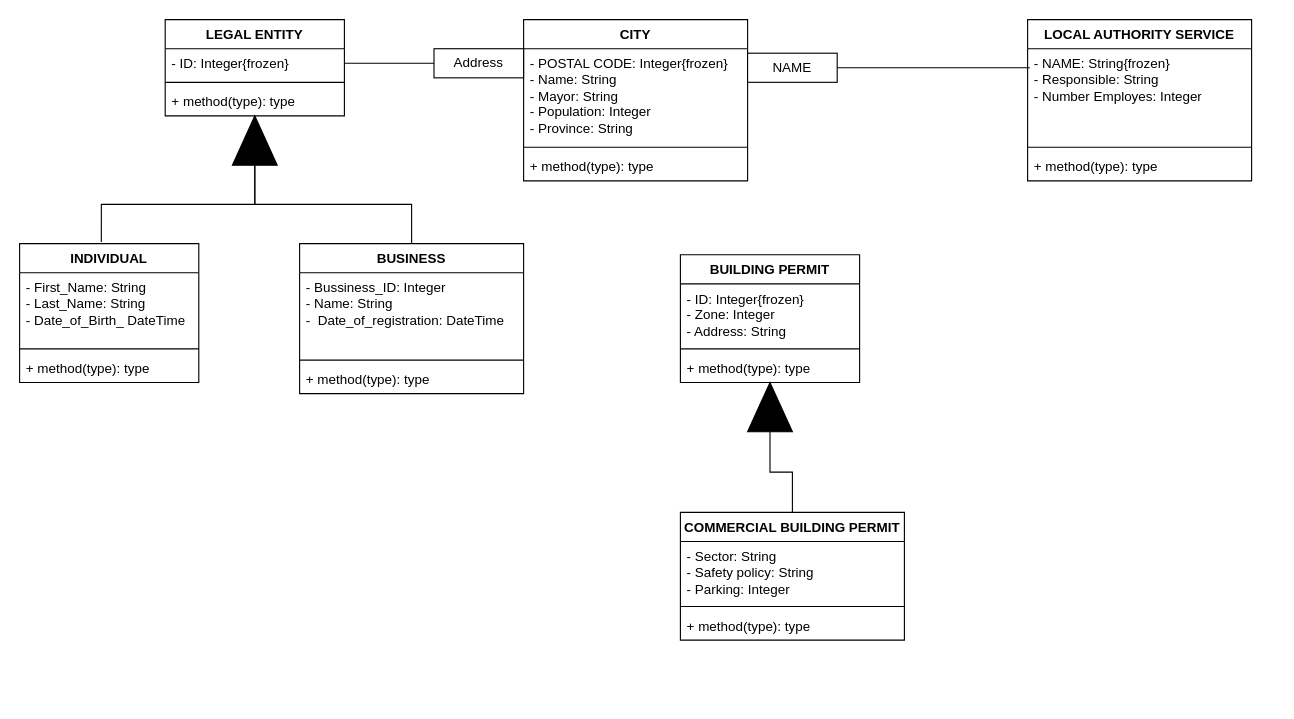
The draw.io diagram question2.drawio in fragolaTJ/TTtrak, before the edit. Source tidied: cells renumbered, new cells numbered last; positions are measured from the earlier drawing's top-left corner, leaving out a move shared by most shapes. Both pictures are drawn from the tidied source at 112%, with x=0, y=0 at pixel (19, 19).
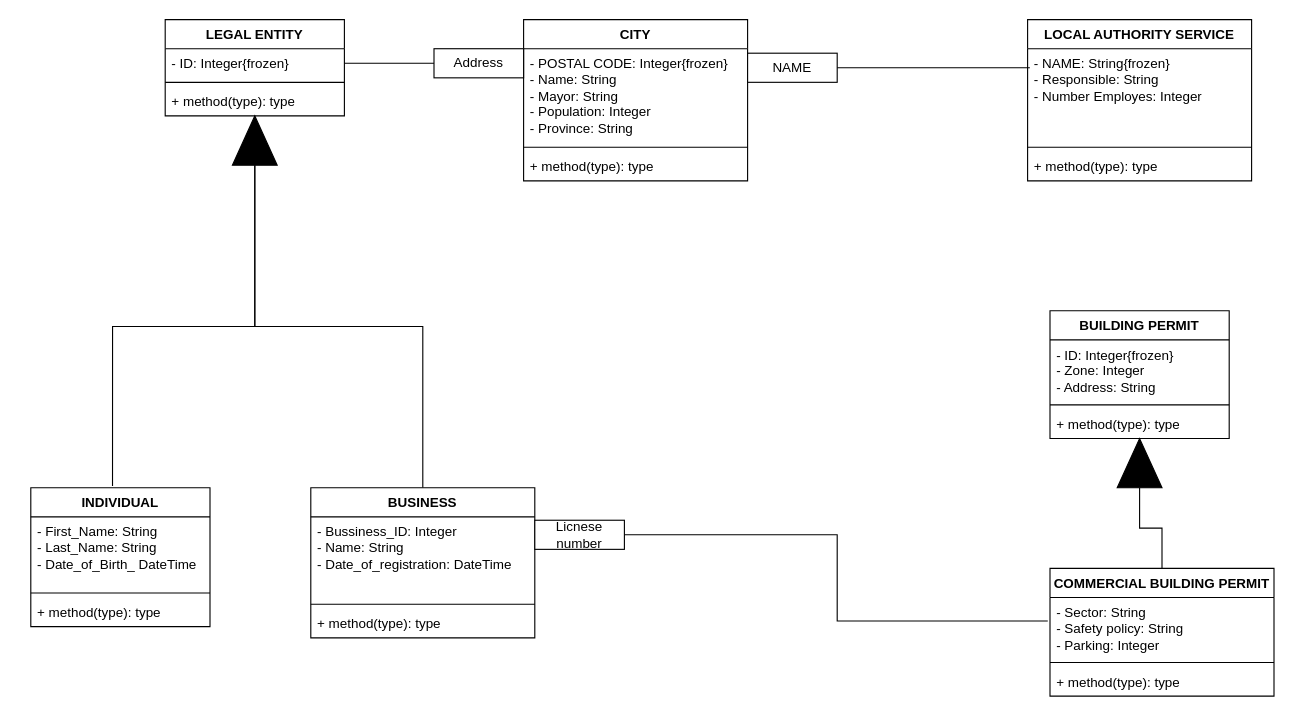
Above is the later version.

Unchanged cells that the change refers to:
```xml
<mxCell id="26" value="&lt;div&gt;- Sector: String&lt;/div&gt;&lt;div&gt;- Safety policy: String&lt;/div&gt;&lt;div&gt;- Parking: Integer&lt;br&gt;&lt;/div&gt;" style="text;strokeColor=none;fillColor=none;align=left;verticalAlign=top;spacingLeft=4;spacingRight=4;overflow=hidden;points=[[0,0.5],[1,0.5]];portConstraint=eastwest;whiteSpace=wrap;html=1;" parent="25" vertex="1">
  <mxGeometry y="26" width="200" height="54" as="geometry" />
</mxCell>
```

Change to the diagram source:
```diff
@@
     <mxCell id="12" value="INDIVIDUAL" style="swimlane;fontStyle=1;align=center;verticalAlign=top;horizontal=1;startSize=26;whiteSpace=wrap;html=1;" parent="1" vertex="1">
-      <mxGeometry y="200" width="160" height="124" as="geometry" />
+      <mxGeometry x="10" y="418" width="160" height="124" as="geometry" />
     </mxCell>
@@
     <mxCell id="16" value="BUSINESS" style="swimlane;fontStyle=1;align=center;verticalAlign=top;horizontal=1;startSize=26;whiteSpace=wrap;html=1;" parent="1" vertex="1">
-      <mxGeometry x="250" y="200" width="200" height="134" as="geometry" />
+      <mxGeometry x="260" y="418" width="200" height="134" as="geometry" />
     </mxCell>
-    <mxCell id="17" value="&lt;div&gt;- Bussiness_ID: Integer&lt;br&gt;&lt;/div&gt;&lt;div&gt;- Name: String&lt;/div&gt;&lt;div&gt;-&amp;nbsp; Date_of_registration: DateTime&lt;br&gt;&lt;/div&gt;" style="text;strokeColor=none;fillColor=none;align=left;verticalAlign=top;spacingLeft=4;spacingRight=4;overflow=hidden;whiteSpace=wrap;html=1;" parent="16" vertex="1">
+    <mxCell id="17" value="&lt;div&gt;- Bussiness_ID: Integer&lt;br&gt;&lt;/div&gt;&lt;div&gt;- Name: String&lt;/div&gt;&lt;div&gt;- Date_of_registration: DateTime&lt;br&gt;&lt;/div&gt;" style="text;strokeColor=none;fillColor=none;align=left;verticalAlign=top;spacingLeft=4;spacingRight=4;overflow=hidden;whiteSpace=wrap;html=1;" parent="16" vertex="1">
       <mxGeometry y="26" width="200" height="74" as="geometry" />
     </mxCell>
@@
     <mxCell id="21" value="BUILDING PERMIT" style="swimlane;fontStyle=1;align=center;verticalAlign=top;horizontal=1;startSize=26;whiteSpace=wrap;html=1;" parent="1" vertex="1">
-      <mxGeometry x="590" y="210" width="160" height="114" as="geometry" />
+      <mxGeometry x="920" y="260" width="160" height="114" as="geometry" />
     </mxCell>
@@
     <mxCell id="25" value="COMMERCIAL BUILDING PERMIT" style="swimlane;fontStyle=1;align=center;verticalAlign=top;horizontal=1;startSize=26;whiteSpace=wrap;html=1;" parent="1" vertex="1">
-      <mxGeometry x="590" y="440" width="200" height="114" as="geometry" />
+      <mxGeometry x="920" y="490" width="200" height="114" as="geometry" />
     </mxCell>
@@
     <mxCell id="30" style="triangle;whiteSpace=wrap;html=1;direction=north;fillColor=#000000;" parent="1" vertex="1">
-      <mxGeometry x="650" y="324" width="40" height="44" as="geometry" />
+      <mxGeometry x="980" y="374" width="40" height="44" as="geometry" />
     </mxCell>
@@
+    <mxCell id="39" value="Licnese number" style="rounded=0;whiteSpace=wrap;html=1;" parent="1" vertex="1">
+      <mxGeometry x="460" y="447" width="80" height="26" as="geometry" />
+    </mxCell>
+    <mxCell id="40" style="edgeStyle=orthogonalEdgeStyle;rounded=0;jettySize=auto;html=1;exitX=1;exitY=0.5;exitDx=0;exitDy=0;entryX=-0.01;entryY=0.389;entryDx=0;entryDy=0;entryPerimeter=0;endArrow=none;endFill=0;" parent="1" edge="1" source="39" target="26">
+      <mxGeometry relative="1" as="geometry" />
+    </mxCell>
```
